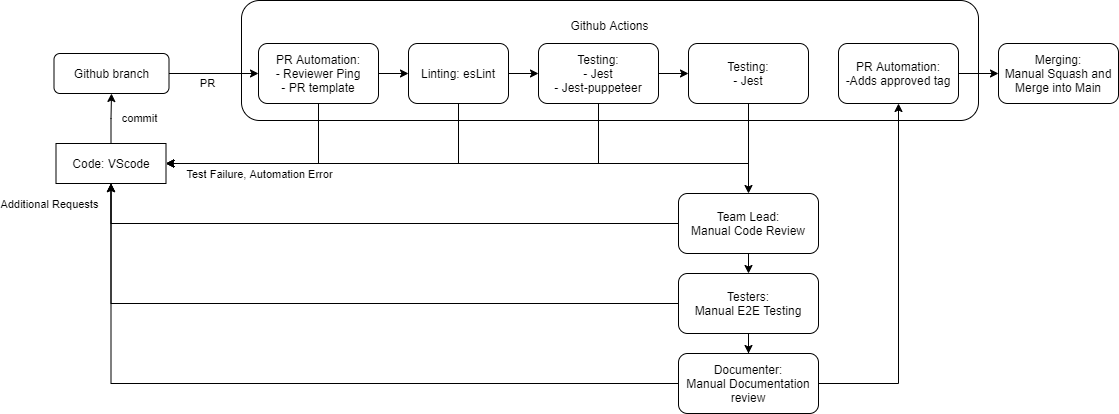
Before: specs/CICD/pipeline.drawio.png, a diagram exported from draw.io (cse110-sp21-group19/cse110-sp21-group19). Source tidied: cells renumbered, new cells last; positions are measured from the earlier drawing's top-left corner, leaving out a move shared by most shapes.
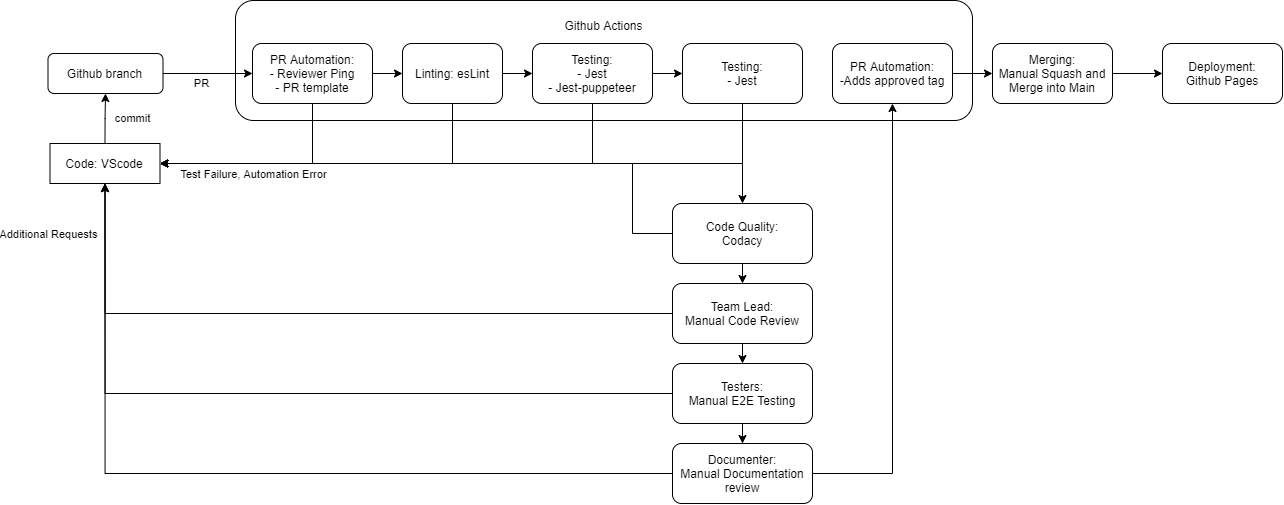
Above is the later version.

Commit message:
Added Major pipeline documentation and ADR updates

Change to the diagram source:
```diff
@@ -6,9 +6,7 @@
       <mxGeometry x="187" width="737" height="120" as="geometry" />
     </mxCell>
     <mxCell id="3" value="commit" style="edgeStyle=orthogonalEdgeStyle;rounded=0;jettySize=auto;html=1;labelBackgroundColor=none;exitX=0.5;exitY=0;exitDx=0;exitDy=0;entryX=0.5;entryY=1;entryDx=0;entryDy=0;" parent="1" edge="1" source="4" target="6">
-      <mxGeometry x="0.01" y="-27" relative="1" as="geometry">
-        <mxPoint x="28" y="-27" as="offset" />
-      </mxGeometry>
+      <mxGeometry x="0.01" y="-27" relative="1" as="geometry" />
     </mxCell>
     <mxCell id="4" value="Code: VScode" style="rounded=0;whiteSpace=wrap;html=1;labelBackgroundColor=none;" parent="1" vertex="1">
       <mxGeometry x="1.5" y="143" width="110" height="40" as="geometry" />
@@ -41,11 +39,11 @@
     </mxCell>
     <mxCell id="13" value="Additional Requests" style="edgeLabel;html=1;align=center;verticalAlign=middle;" parent="12" vertex="1">
       <mxGeometry x="0.68" relative="1" as="geometry">
-        <mxPoint x="-121" y="-20" as="offset" />
+        <mxPoint x="-57.1" y="-63.1" as="offset" />
       </mxGeometry>
     </mxCell>
     <mxCell id="14" value="Team Lead:&lt;br&gt;Manual Code Review" style="rounded=1;whiteSpace=wrap;html=1;labelBackgroundColor=none;" parent="1" vertex="1">
-      <mxGeometry x="624" y="193" width="140" height="60" as="geometry" />
+      <mxGeometry x="624" y="283" width="140" height="60" as="geometry" />
     </mxCell>
     <mxCell id="15" style="edgeStyle=orthogonalEdgeStyle;rounded=0;jettySize=auto;html=1;" parent="1" edge="1" source="17" target="20">
       <mxGeometry relative="1" as="geometry" />
@@ -65,9 +63,9 @@
     <mxCell id="20" value="Testing:&lt;br&gt;- Jest&lt;br&gt;- Jest-puppeteer" style="rounded=1;whiteSpace=wrap;html=1;labelBackgroundColor=none;" parent="1" vertex="1">
       <mxGeometry x="484" y="43" width="120" height="60" as="geometry" />
     </mxCell>
-    <mxCell id="21" style="edgeStyle=orthogonalEdgeStyle;rounded=0;jettySize=auto;html=1;" parent="1" edge="1" source="23" target="14">
-      <mxGeometry relative="1" as="geometry" />
-    </mxCell>
+    <mxCell id="33" style="edgeStyle=orthogonalEdgeStyle;rounded=0;jettySize=auto;html=1;" parent="1" edge="1" source="23" target="37">
+      <mxGeometry relative="1" as="geometry" />
+    </mxCell>
     <mxCell id="22" style="edgeStyle=orthogonalEdgeStyle;rounded=0;jettySize=auto;html=1;exitX=0.5;exitY=1;exitDx=0;exitDy=0;entryX=1;entryY=0.5;entryDx=0;entryDy=0;" parent="1" edge="1" source="23" target="4">
       <mxGeometry relative="1" as="geometry" />
     </mxCell>
@@ -81,7 +79,7 @@
       <mxGeometry relative="1" as="geometry" />
     </mxCell>
     <mxCell id="26" value="Testers:&lt;br&gt;Manual E2E Testing" style="rounded=1;whiteSpace=wrap;html=1;labelBackgroundColor=none;" parent="1" vertex="1">
-      <mxGeometry x="624" y="273" width="140" height="60" as="geometry" />
+      <mxGeometry x="624" y="363" width="140" height="60" as="geometry" />
     </mxCell>
     <mxCell id="27" style="edgeStyle=orthogonalEdgeStyle;rounded=0;jettySize=auto;html=1;" parent="1" edge="1" source="28" target="29">
       <mxGeometry relative="1" as="geometry" />
@@ -89,6 +87,9 @@
     <mxCell id="28" value="PR Automation:&lt;br&gt;-Adds approved tag" style="rounded=1;whiteSpace=wrap;html=1;labelBackgroundColor=none;" parent="1" vertex="1">
       <mxGeometry x="784" y="43" width="120" height="60" as="geometry" />
     </mxCell>
+    <mxCell id="34" style="edgeStyle=orthogonalEdgeStyle;rounded=0;jettySize=auto;html=1;" parent="1" edge="1" source="29" target="38">
+      <mxGeometry relative="1" as="geometry" />
+    </mxCell>
     <mxCell id="29" value="Merging:&lt;br&gt;Manual Squash and Merge into Main" style="rounded=1;whiteSpace=wrap;html=1;labelBackgroundColor=none;" parent="1" vertex="1">
       <mxGeometry x="944" y="43" width="120" height="60" as="geometry" />
     </mxCell>
@@ -99,7 +100,24 @@
       <mxGeometry relative="1" as="geometry" />
     </mxCell>
     <mxCell id="32" value="Documenter:&lt;br&gt;Manual Documentation review" style="rounded=1;whiteSpace=wrap;html=1;labelBackgroundColor=none;" parent="1" vertex="1">
-      <mxGeometry x="624" y="353" width="140" height="60" as="geometry" />
+      <mxGeometry x="624" y="443" width="140" height="60" as="geometry" />
     </mxCell>
+    <mxCell id="35" style="edgeStyle=orthogonalEdgeStyle;rounded=0;jettySize=auto;html=1;exitX=0.5;exitY=1;exitDx=0;exitDy=0;entryX=0.5;entryY=0;entryDx=0;entryDy=0;" parent="1" edge="1" source="37" target="14">
+      <mxGeometry relative="1" as="geometry" />
+    </mxCell>
+    <mxCell id="36" style="edgeStyle=orthogonalEdgeStyle;rounded=0;jettySize=auto;html=1;exitX=0;exitY=0.5;exitDx=0;exitDy=0;entryX=1;entryY=0.5;entryDx=0;entryDy=0;" parent="1" edge="1" source="37" target="4">
+      <mxGeometry relative="1" as="geometry">
+        <Array as="points">
+          <mxPoint x="584" y="233" />
+          <mxPoint x="584" y="163" />
+        </Array>
+      </mxGeometry>
+    </mxCell>
+    <mxCell id="37" value="Code Quality:&lt;br&gt;Codacy" style="rounded=1;whiteSpace=wrap;html=1;labelBackgroundColor=none;" parent="1" vertex="1">
+      <mxGeometry x="624" y="203" width="140" height="60" as="geometry" />
+    </mxCell>
+    <mxCell id="38" value="Deployment:&lt;br&gt;Github Pages" style="rounded=1;whiteSpace=wrap;html=1;labelBackgroundColor=none;" parent="1" vertex="1">
+      <mxGeometry x="1114" y="43" width="120" height="60" as="geometry" />
+    </mxCell>
   </root>
 </mxGraphModel>
```
